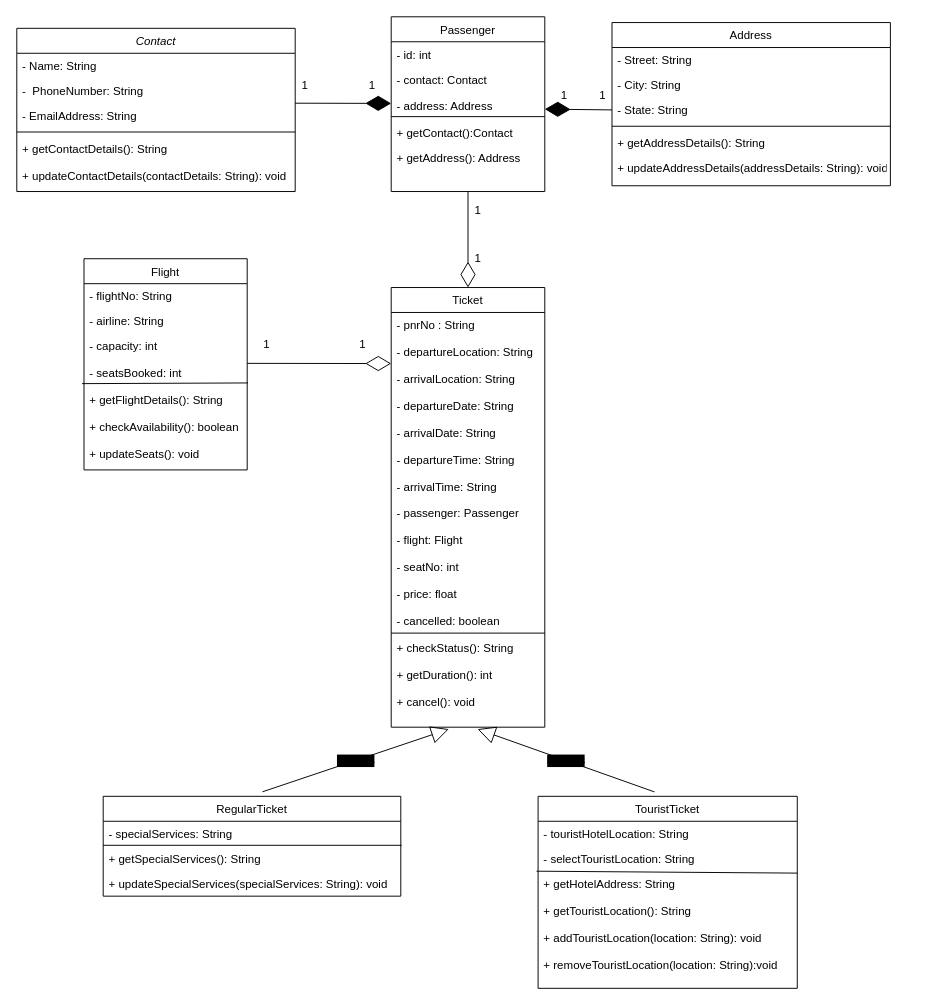
The draw.io diagram Flight reservation system.drawio in anishahlawat97/FlightReservationSystem, before the edit. Source tidied: cells renumbered, new cells numbered last; positions are measured from the earlier drawing's top-left corner, leaving out a move shared by most shapes. Both pictures are drawn from the tidied source at 96%, with x=0, y=0 at pixel (16, 16).
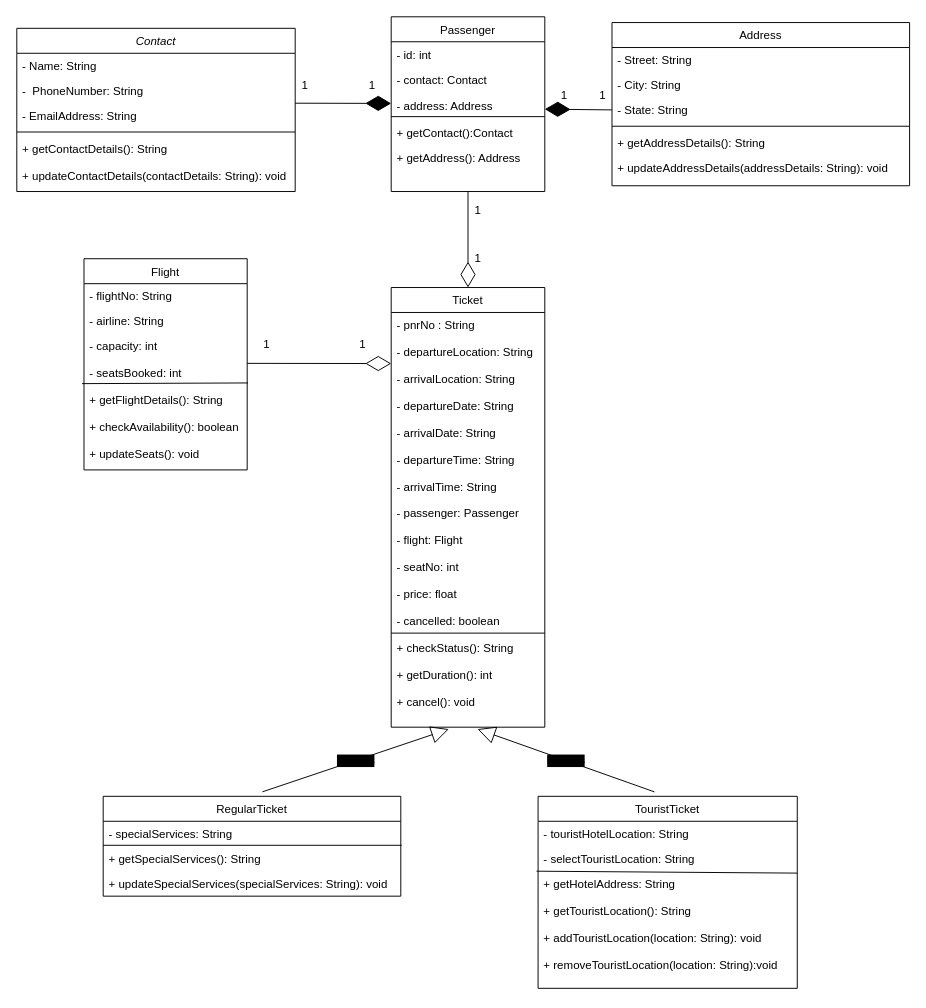
The same diagram, later.

Diff of the diagram source:
```diff
@@
     <mxCell id="16" value="Address" style="swimlane;fontStyle=0;align=center;verticalAlign=top;horizontal=1;startSize=26;rounded=0;shadow=0;strokeWidth=1;" parent="1" vertex="1">
-      <mxGeometry x="620" y="6" width="290" height="170" as="geometry" />
+      <mxGeometry x="620" y="6" width="310" height="170" as="geometry" />
     </mxCell>
     <mxCell id="17" value="- Street: String" style="text;align=left;verticalAlign=top;spacingLeft=4;spacingRight=4;overflow=hidden;" parent="16" vertex="1">
-      <mxGeometry y="26" width="290" height="26" as="geometry" />
+      <mxGeometry y="26" width="310" height="26" as="geometry" />
     </mxCell>
     <mxCell id="18" value="- City: String" style="text;align=left;verticalAlign=top;spacingLeft=4;spacingRight=4;overflow=hidden;rounded=0;shadow=0;html=0;" parent="16" vertex="1">
-      <mxGeometry y="52" width="290" height="26" as="geometry" />
+      <mxGeometry y="52" width="310" height="26" as="geometry" />
     </mxCell>
@@
     <mxCell id="20" value="- State: String" style="text;align=left;verticalAlign=top;spacingLeft=4;spacingRight=4;overflow=hidden;points=[[0,0.5],[1,0.5]];portConstraint=eastwest;rounded=0;shadow=0;html=0;" parent="16" vertex="1">
-      <mxGeometry y="78" width="290" height="26" as="geometry" />
+      <mxGeometry y="78" width="310" height="26" as="geometry" />
     </mxCell>
     <mxCell id="21" style="line;html=1;strokeWidth=1;align=left;verticalAlign=middle;spacingTop=-1;spacingLeft=3;spacingRight=3;labelPosition=right;" parent="16" vertex="1">
-      <mxGeometry y="104" width="290" height="8" as="geometry" />
+      <mxGeometry y="104" width="310" height="8" as="geometry" />
     </mxCell>
     <mxCell id="22" value="+ getAddressDetails(): String" style="text;align=left;verticalAlign=top;spacingLeft=4;spacingRight=4;overflow=hidden;" parent="16" vertex="1">
-      <mxGeometry y="112" width="290" height="26" as="geometry" />
+      <mxGeometry y="112" width="310" height="26" as="geometry" />
     </mxCell>
-    <mxCell id="23" value="+ updateAddressDetails(addressDetails: String): void:" style="text;align=left;verticalAlign=top;spacingLeft=4;spacingRight=4;overflow=hidden;" parent="16" vertex="1">
-      <mxGeometry y="138" width="290" height="26" as="geometry" />
+    <mxCell id="23" value="+ updateAddressDetails(addressDetails: String): void" style="text;align=left;verticalAlign=top;spacingLeft=4;spacingRight=4;overflow=hidden;" parent="16" vertex="1">
+      <mxGeometry y="138" width="310" height="26" as="geometry" />
     </mxCell>
```
